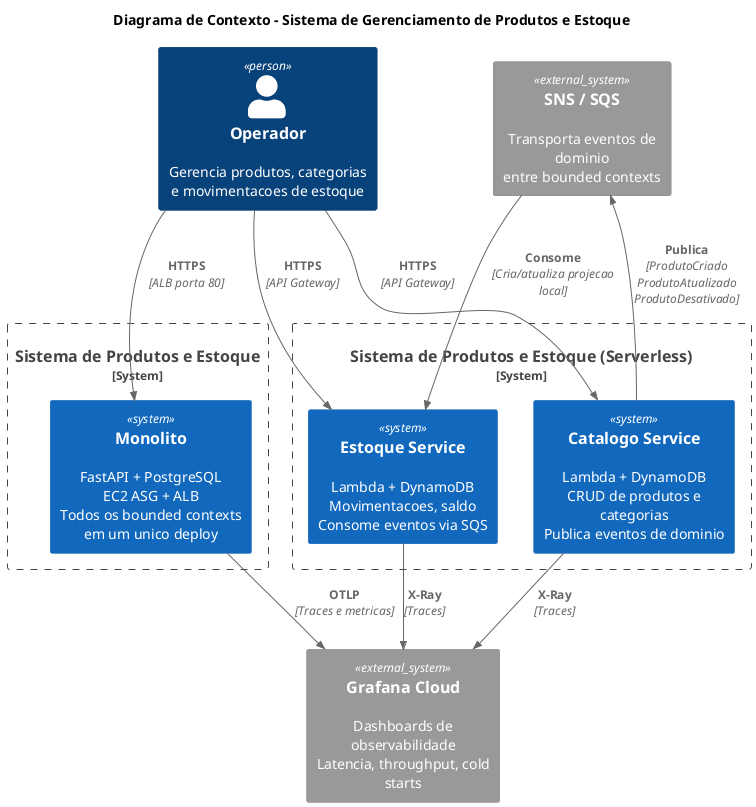
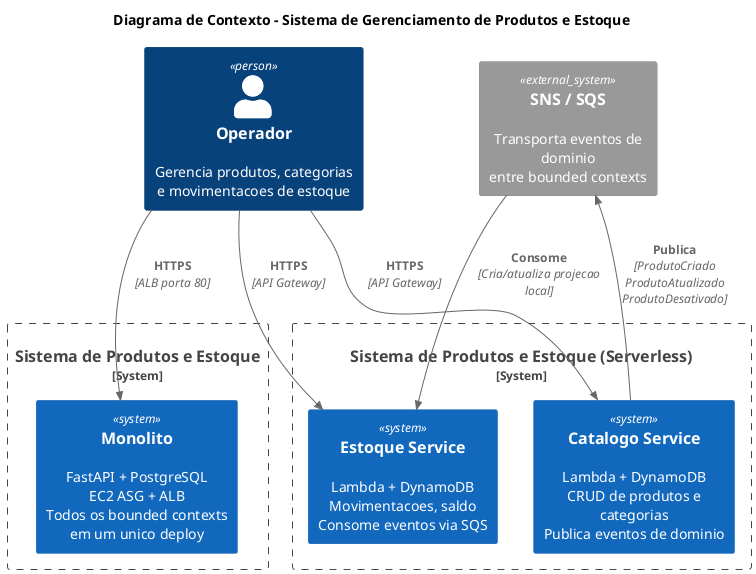
@startuml c4-context
!include <C4/C4_Context>

title Diagrama de Contexto - Sistema de Gerenciamento de Produtos e Estoque

Person(operador, "Operador", "Gerencia produtos, categorias e movimentacoes de estoque")

System_Boundary(sistema, "Sistema de Produtos e Estoque") {
    System(monolito, "Monolito", "FastAPI + PostgreSQL\nEC2 ASG + ALB\nTodos os bounded contexts em um unico deploy")
}

System_Boundary(sistema_ms, "Sistema de Produtos e Estoque (Serverless)") {
    System(catalogo, "Catalogo Service", "Lambda + DynamoDB\nCRUD de produtos e categorias\nPublica eventos de dominio")
    System(estoque, "Estoque Service", "Lambda + DynamoDB\nMovimentacoes, saldo\nConsome eventos via SQS")
}

System_Ext(mensageria, "SNS / SQS", "Transporta eventos de dominio\nentre bounded contexts")
- System_Ext(grafana, "Grafana Cloud", "Dashboards de observabilidade\nLatencia, throughput, cold starts")
- 
Rel(operador, monolito, "HTTPS", "ALB porta 80")
Rel(operador, catalogo, "HTTPS", "API Gateway")
Rel(operador, estoque, "HTTPS", "API Gateway")
Rel(catalogo, mensageria, "Publica", "ProdutoCriado\nProdutoAtualizado\nProdutoDesativado")
Rel(mensageria, estoque, "Consome", "Cria/atualiza projecao local")
- Rel(monolito, grafana, "OTLP", "Traces e metricas")
- Rel(catalogo, grafana, "X-Ray", "Traces")
- Rel(estoque, grafana, "X-Ray", "Traces")

@enduml
